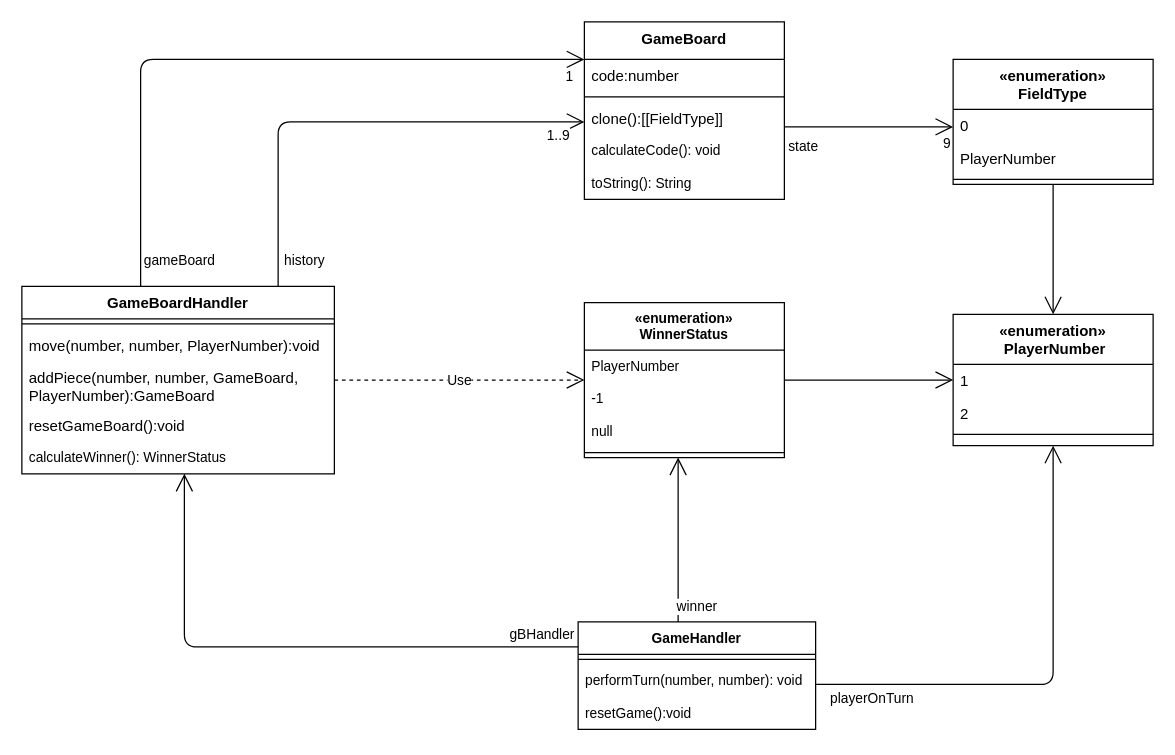
This is ProductBacklog/Klassendiagramme/Aktuell.drawio from idlaviV/TIKTacToe, a draw.io file, before an edit. Source tidied: cells renumbered, new cells numbered last; positions are measured from the earlier drawing's top-left corner, leaving out a move shared by most shapes. Both pictures are drawn from the tidied source at 125%, with x=0, y=0 at pixel (21, 21).
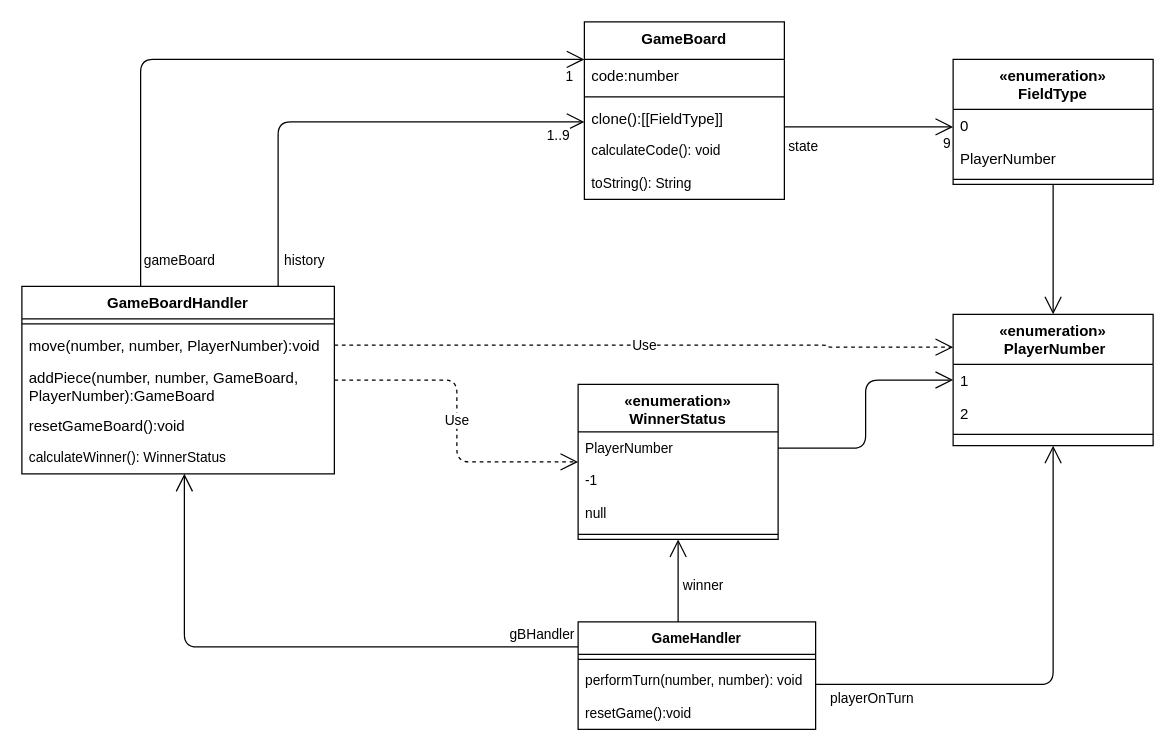
The same page after the edit.

Commit message (it also covers changes not shown here):
UML-Diagramme überarbeitet

Unchanged cells that the change refers to:
```xml
<mxCell id="10" value="move(number, number, PlayerNumber):void" style="text;align=left;verticalAlign=top;spacingLeft=4;spacingRight=4;overflow=hidden;points=[[0,0.5],[1,0.5]];portConstraint=eastwest;fontStyle=0;" parent="8" vertex="1">
  <mxGeometry y="34" width="250" height="26" as="geometry" />
</mxCell>
<mxCell id="14" value="«enumeration»&#10; PlayerNumber" style="swimlane;fontStyle=1;align=center;verticalAlign=top;horizontal=1;startSize=40;rounded=0;shadow=0;strokeWidth=1;" parent="1" vertex="1">
  <mxGeometry x="745" y="234" width="160" height="105" as="geometry" />
</mxCell>
<mxCell id="26" value="PlayerNumber" style="text;strokeColor=none;fillColor=none;align=left;verticalAlign=top;spacingLeft=4;spacingRight=4;overflow=hidden;points=[[0,0.5],[1,0.5]];portConstraint=eastwest;fontFamily=Helvetica;fontSize=11;fontColor=default;" parent="25" vertex="1">
  <mxGeometry y="38" width="160" height="26" as="geometry" />
</mxCell>
<mxCell id="32" value="GameHandler" style="swimlane;fontStyle=1;align=center;verticalAlign=top;horizontal=1;startSize=26;fontFamily=Helvetica;fontSize=11;fontColor=default;" parent="1" vertex="1">
  <mxGeometry x="445" y="480" width="190" height="86" as="geometry" />
</mxCell>
```

Change to the diagram source:
```diff
@@
-    <mxCell id="25" value="«enumeration»&#10;WinnerStatus" style="swimlane;fontStyle=1;align=center;verticalAlign=top;horizontal=1;startSize=38;fontFamily=Helvetica;fontSize=11;fontColor=default;" parent="1" vertex="1">
-      <mxGeometry x="450" y="224.5" width="160" height="124" as="geometry" />
+    <mxCell id="25" value="«enumeration»&#10;WinnerStatus" style="swimlane;fontStyle=1;align=center;verticalAlign=top;horizontal=1;startSize=38;fontFamily=Helvetica;fontSize=12;fontColor=default;" parent="1" vertex="1">
+      <mxGeometry x="445" y="290" width="160" height="124" as="geometry" />
     </mxCell>
@@
-    <mxCell id="31" style="endArrow=open;endSize=12;html=1;rounded=1;labelBackgroundColor=default;strokeColor=default;fontFamily=Helvetica;fontSize=11;fontColor=default;shape=connector;" parent="1" edge="1" source="25" target="14">
+    <mxCell id="31" style="endArrow=open;endSize=12;html=1;rounded=1;labelBackgroundColor=default;strokeColor=default;fontFamily=Helvetica;fontSize=11;fontColor=default;shape=connector;edgeStyle=elbowEdgeStyle;" parent="1" edge="1" source="26" target="14">
       <mxGeometry relative="1" as="geometry" />
     </mxCell>
@@
     <mxCell id="37" value="winner" style="endArrow=open;endSize=12;html=1;rounded=1;labelBackgroundColor=default;strokeColor=default;fontFamily=Helvetica;fontSize=11;fontColor=default;shape=connector;edgeStyle=elbowEdgeStyle;" parent="1" edge="1" source="32" target="25">
-      <mxGeometry x="-0.81" y="-15" relative="1" as="geometry">
+      <mxGeometry x="-0.09" y="-20" relative="1" as="geometry">
         <Array as="points">
           <mxPoint x="525" y="450" />
           <mxPoint x="485" y="420" />
         </Array>
+        <mxPoint y="1" as="offset" />
       </mxGeometry>
     </mxCell>
@@
+    <mxCell id="46" value="Use" style="endArrow=open;endSize=12;dashed=1;html=1;rounded=1;labelBackgroundColor=default;strokeColor=default;fontFamily=Helvetica;fontSize=11;fontColor=default;shape=connector;edgeStyle=elbowEdgeStyle;entryX=0;entryY=0.25;entryDx=0;entryDy=0;" parent="1" edge="1" source="10" target="14">
+      <mxGeometry relative="1" as="geometry">
+        <Array as="points">
+          <mxPoint x="645" y="280" />
+        </Array>
+      </mxGeometry>
+    </mxCell>
```
